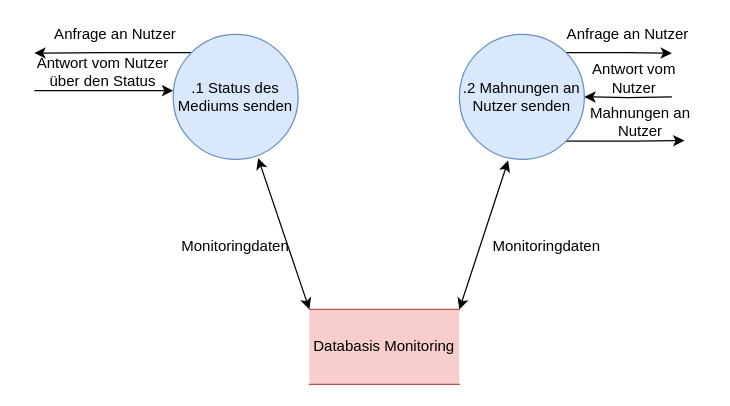
mostermann96/SWT2 keeps this draw.io diagram as 2_Ontologies/Strukturierte Analyse/DFDs/Level2/DFD_2_Verwalte_Monitoring.drawio. Above is the earlier version. Source tidied: cells renumbered, new cells numbered last; positions are measured from the earlier drawing's top-left corner, leaving out a move shared by most shapes. Both pictures are drawn from the tidied source at 125%, with x=0, y=0 at pixel (21, 21).
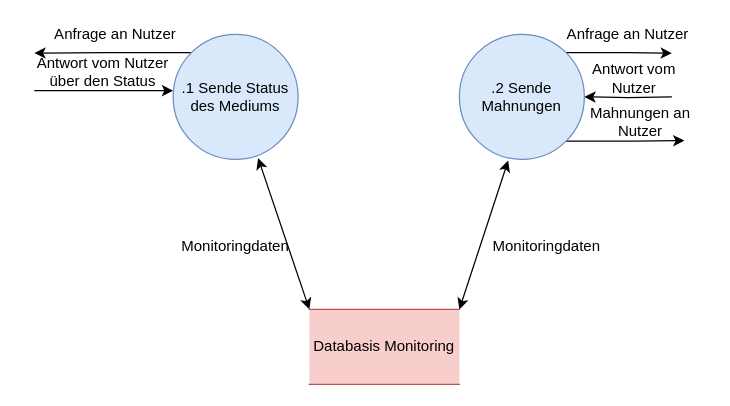
The same diagram, later.

Change to the diagram source:
```diff
@@
-    <mxCell id="4" value=".1 Status des Mediums senden" style="ellipse;whiteSpace=wrap;html=1;fontSize=12;fillColor=#dae8fc;strokeColor=#6c8ebf;" parent="1" vertex="1">
+    <mxCell id="4" value=".1 Sende Status des Mediums" style="ellipse;whiteSpace=wrap;html=1;fontSize=12;fillColor=#dae8fc;strokeColor=#6c8ebf;" parent="1" vertex="1">
       <mxGeometry x="121" y="10" width="100" height="100" as="geometry" />
     </mxCell>
@@
-    <mxCell id="8" value=".2 Mahnungen an Nutzer senden" style="ellipse;whiteSpace=wrap;html=1;fontSize=12;fillColor=#dae8fc;strokeColor=#6c8ebf;" parent="1" vertex="1">
+    <mxCell id="8" value="&lt;div&gt;.2 Sende Mahnungen&lt;/div&gt;" style="ellipse;whiteSpace=wrap;html=1;fontSize=12;fillColor=#dae8fc;strokeColor=#6c8ebf;" parent="1" vertex="1">
       <mxGeometry x="350" y="10" width="100" height="100" as="geometry" />
     </mxCell>
```
